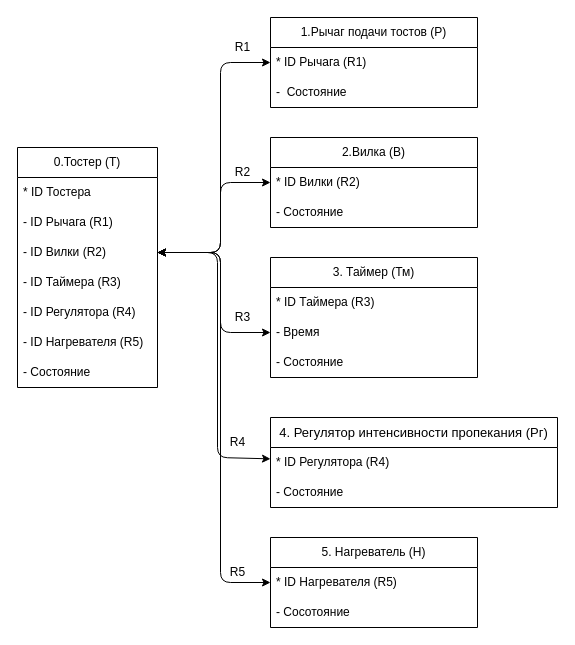
The draw.io diagram page "ИМ" (1 of 5) of lab_05/toaster.drawio in pai0id/IU7_sem4_oop, before the edit. Source tidied: cells renumbered, new cells numbered last; positions are measured from the earlier drawing's top-left corner, leaving out a move shared by most shapes. Both pictures are drawn from the tidied source at 100%, with x=0, y=0 at pixel (17, 17).
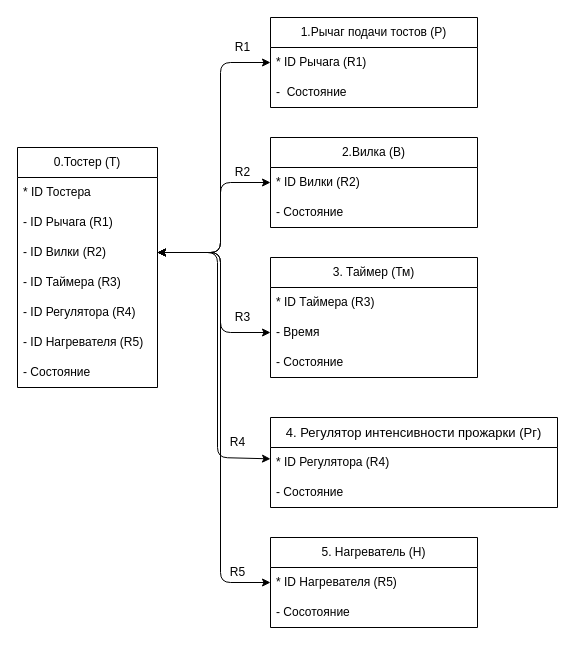
After the change.

What changed in the source:
```diff
@@
-    <mxCell id="28" value="&lt;span style=&quot;font-family: Arial, Helvetica, sans-serif; font-size: 13px; text-align: start;&quot;&gt;4. Регулятор интенсивности пропекания (Рг)&lt;/span&gt;" style="swimlane;fontStyle=0;horizontal=1;startSize=30;whiteSpace=wrap;html=1;labelBackgroundColor=none;fontColor=default;" parent="1" vertex="1">
+    <mxCell id="28" value="&lt;span style=&quot;font-family: Arial, Helvetica, sans-serif; font-size: 13px; text-align: start;&quot;&gt;4. Регулятор интенсивности прожарки (Рг)&lt;/span&gt;" style="swimlane;fontStyle=0;horizontal=1;startSize=30;whiteSpace=wrap;html=1;labelBackgroundColor=none;fontColor=default;" parent="1" vertex="1">
       <mxGeometry x="253" y="400" width="287" height="90" as="geometry" />
     </mxCell>
```
